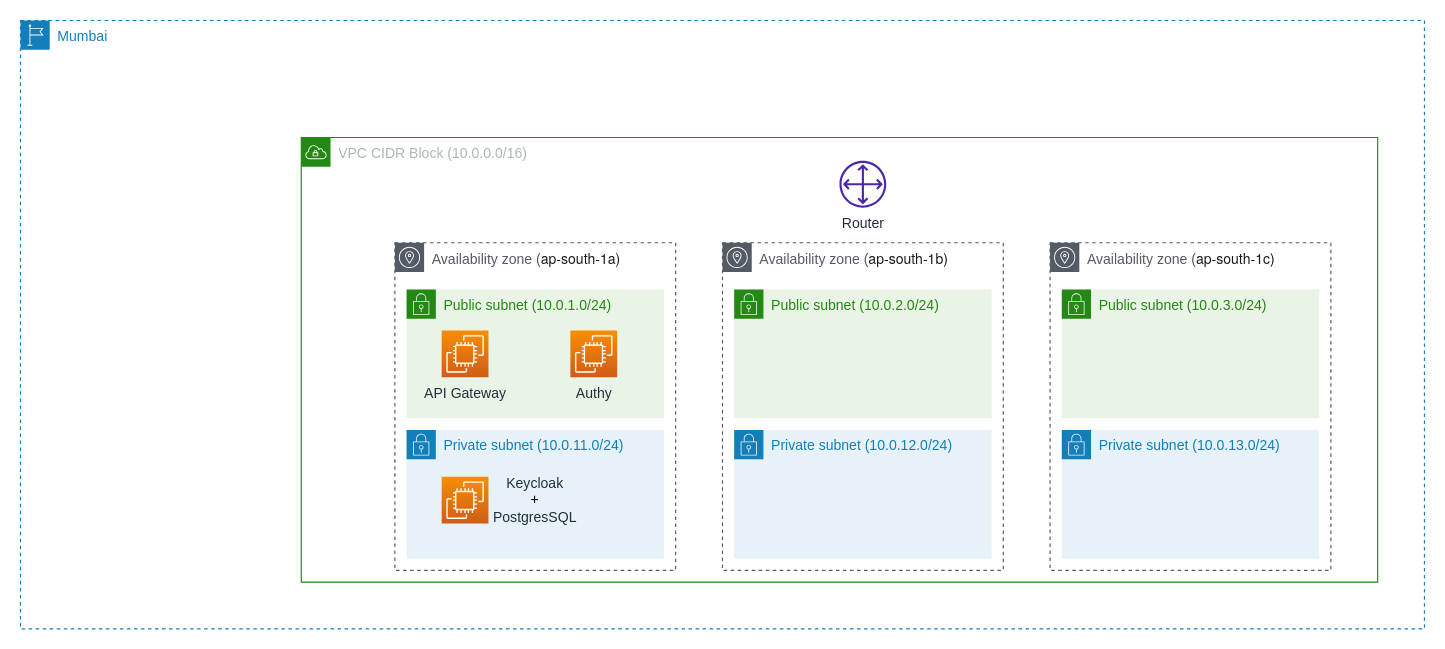
Before: aws-solution-overview.drawio in zesticio/spring-boot-keycloak-parent, a draw.io diagram. Source tidied: cells renumbered, new cells numbered last; positions are measured from the earlier drawing's top-left corner, leaving out a move shared by most shapes. Both pictures are drawn from the tidied source at 117%, with x=0, y=0 at pixel (20, 20).
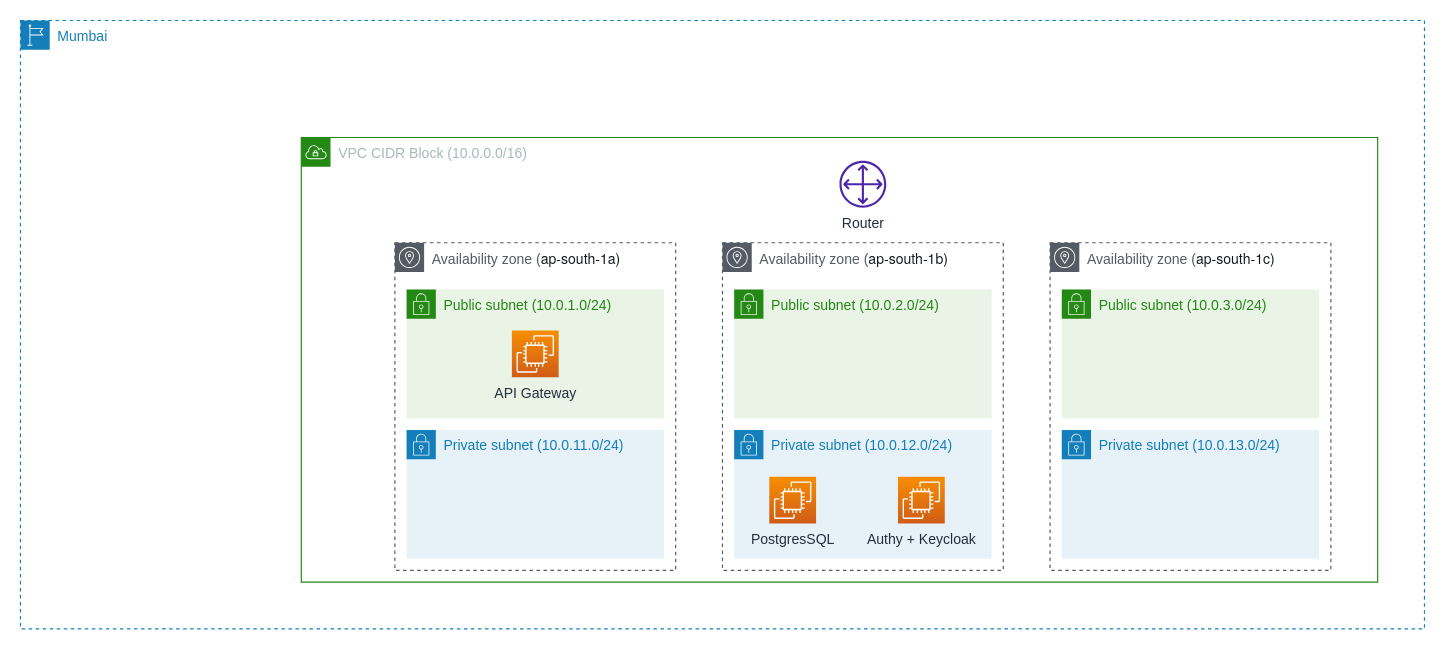
After the change.

Change to the diagram source:
```diff
@@
 <mxGraphModel>
   <root>
     <mxCell id="0" />
     <mxCell id="1" parent="0" />
     <mxCell id="2" value="Mumbai" style="gradientColor=none;html=1;whiteSpace=wrap;fontSize=12;fontStyle=0;shape=mxgraph.aws4.group;grIcon=mxgraph.aws4.group_region;strokeColor=#147EBA;fillColor=none;verticalAlign=top;align=left;spacingLeft=30;fontColor=#147EBA;dashed=1;rounded=1;" parent="1" vertex="1">
       <mxGeometry width="1200" height="520" as="geometry" />
     </mxCell>
     <mxCell id="3" value="VPC CIDR Block (10.0.0.0/16)" style="gradientColor=none;html=1;whiteSpace=wrap;fontSize=12;fontStyle=0;shape=mxgraph.aws4.group;grIcon=mxgraph.aws4.group_vpc;strokeColor=#248814;fillColor=none;verticalAlign=top;align=left;spacingLeft=30;fontColor=#AAB7B8;dashed=0;rounded=1;" parent="2" vertex="1">
       <mxGeometry x="240" y="100" width="920" height="380" as="geometry" />
     </mxCell>
     <mxCell id="4" value="&lt;font style=&quot;font-size: 12px;&quot;&gt;Availability zone (&lt;span style=&quot;color: rgb(22, 25, 31); font-family: &amp;quot;Amazon Ember&amp;quot;, &amp;quot;Helvetica Neue&amp;quot;, Roboto, Arial, sans-serif; background-color: rgb(255, 255, 255);&quot;&gt;ap-south-1a)&lt;/span&gt;&lt;/font&gt;" style="sketch=0;gradientColor=none;html=1;whiteSpace=wrap;fontSize=12;fontStyle=0;shape=mxgraph.aws4.group;grIcon=mxgraph.aws4.group_availability_zone;strokeColor=#545B64;fillColor=none;verticalAlign=top;align=left;spacingLeft=30;fontColor=#545B64;dashed=1;rounded=1;" parent="3" vertex="1">
       <mxGeometry x="80" y="90" width="240" height="280" as="geometry" />
     </mxCell>
     <mxCell id="5" value="Public subnet (10.0.1.0/24)" style="gradientColor=none;html=1;whiteSpace=wrap;fontSize=12;fontStyle=0;shape=mxgraph.aws4.group;grIcon=mxgraph.aws4.group_security_group;grStroke=0;strokeColor=#248814;fillColor=#E9F3E6;verticalAlign=top;align=left;spacingLeft=30;fontColor=#248814;dashed=0;rounded=1;" parent="3" vertex="1">
       <mxGeometry x="90" y="130" width="220" height="110" as="geometry" />
     </mxCell>
     <mxCell id="6" value="API Gateway" style="sketch=0;fontColor=#232F3E;gradientColor=#F78E04;gradientDirection=north;fillColor=#D05C17;strokeColor=#ffffff;dashed=0;verticalLabelPosition=bottom;verticalAlign=top;align=center;html=1;fontSize=12;fontStyle=0;shape=mxgraph.aws4.resourceIcon;resIcon=mxgraph.aws4.ec2;rounded=1;" parent="5" vertex="1">
-      <mxGeometry x="30" y="35" width="40" height="40" as="geometry" />
+      <mxGeometry x="90" y="35" width="40" height="40" as="geometry" />
     </mxCell>
     <mxCell id="7" value="Private subnet (10.0.11.0/24)" style="gradientColor=none;html=1;whiteSpace=wrap;fontSize=12;fontStyle=0;shape=mxgraph.aws4.group;grIcon=mxgraph.aws4.group_security_group;grStroke=0;strokeColor=#147EBA;fillColor=#E6F2F8;verticalAlign=top;align=left;spacingLeft=30;fontColor=#147EBA;dashed=0;rounded=1;" parent="3" vertex="1">
       <mxGeometry x="90" y="250" width="220" height="110" as="geometry" />
     </mxCell>
-    <mxCell id="8" value="&lt;span style=&quot;color: rgb(35, 47, 62);&quot;&gt;Keycloak&lt;br&gt;&lt;/span&gt;+&lt;br style=&quot;color: rgb(35, 47, 62);&quot;&gt;&lt;span style=&quot;color: rgb(35, 47, 62);&quot;&gt;PostgresSQL&lt;/span&gt;" style="text;html=1;strokeColor=none;fillColor=none;align=center;verticalAlign=middle;whiteSpace=wrap;rounded=0;fontSize=12;" parent="7" vertex="1">
-      <mxGeometry x="80" y="45" width="60" height="30" as="geometry" />
-    </mxCell>
     <mxCell id="9" value="&lt;font style=&quot;font-size: 12px;&quot;&gt;Availability zone (&lt;span style=&quot;color: rgb(22, 25, 31); font-family: &amp;quot;Amazon Ember&amp;quot;, &amp;quot;Helvetica Neue&amp;quot;, Roboto, Arial, sans-serif; background-color: rgb(255, 255, 255);&quot;&gt;ap-south-1b)&lt;/span&gt;&lt;/font&gt;" style="sketch=0;gradientColor=none;html=1;whiteSpace=wrap;fontSize=12;fontStyle=0;shape=mxgraph.aws4.group;grIcon=mxgraph.aws4.group_availability_zone;strokeColor=#545B64;fillColor=none;verticalAlign=top;align=left;spacingLeft=30;fontColor=#545B64;dashed=1;rounded=1;" parent="3" vertex="1">
       <mxGeometry x="360" y="90" width="240" height="280" as="geometry" />
     </mxCell>
     <mxCell id="10" value="Public subnet (10.0.2.0/24)" style="gradientColor=none;html=1;whiteSpace=wrap;fontSize=12;fontStyle=0;shape=mxgraph.aws4.group;grIcon=mxgraph.aws4.group_security_group;grStroke=0;strokeColor=#248814;fillColor=#E9F3E6;verticalAlign=top;align=left;spacingLeft=30;fontColor=#248814;dashed=0;rounded=1;" parent="3" vertex="1">
       <mxGeometry x="370" y="130" width="220" height="110" as="geometry" />
     </mxCell>
     <mxCell id="11" value="Private subnet (10.0.12.0/24)" style="gradientColor=none;html=1;whiteSpace=wrap;fontSize=12;fontStyle=0;shape=mxgraph.aws4.group;grIcon=mxgraph.aws4.group_security_group;grStroke=0;strokeColor=#147EBA;fillColor=#E6F2F8;verticalAlign=top;align=left;spacingLeft=30;fontColor=#147EBA;dashed=0;rounded=1;" parent="3" vertex="1">
       <mxGeometry x="370" y="250" width="220" height="110" as="geometry" />
     </mxCell>
+    <mxCell id="18" value="PostgresSQL" style="sketch=0;fontColor=#232F3E;gradientColor=#F78E04;gradientDirection=north;fillColor=#D05C17;strokeColor=#ffffff;dashed=0;verticalLabelPosition=bottom;verticalAlign=top;align=center;html=1;fontSize=12;fontStyle=0;shape=mxgraph.aws4.resourceIcon;resIcon=mxgraph.aws4.ec2;rounded=1;" parent="11" vertex="1">
+      <mxGeometry x="30" y="40" width="40" height="40" as="geometry" />
+    </mxCell>
     <mxCell id="12" value="&lt;font style=&quot;font-size: 12px;&quot;&gt;Availability zone (&lt;span style=&quot;color: rgb(22, 25, 31); font-family: &amp;quot;Amazon Ember&amp;quot;, &amp;quot;Helvetica Neue&amp;quot;, Roboto, Arial, sans-serif; background-color: rgb(255, 255, 255);&quot;&gt;ap-south-1c)&lt;/span&gt;&lt;/font&gt;" style="sketch=0;gradientColor=none;html=1;whiteSpace=wrap;fontSize=12;fontStyle=0;shape=mxgraph.aws4.group;grIcon=mxgraph.aws4.group_availability_zone;strokeColor=#545B64;fillColor=none;verticalAlign=top;align=left;spacingLeft=30;fontColor=#545B64;dashed=1;rounded=1;" parent="3" vertex="1">
       <mxGeometry x="640" y="90" width="240" height="280" as="geometry" />
     </mxCell>
     <mxCell id="13" value="Public subnet (10.0.3.0/24)" style="gradientColor=none;html=1;whiteSpace=wrap;fontSize=12;fontStyle=0;shape=mxgraph.aws4.group;grIcon=mxgraph.aws4.group_security_group;grStroke=0;strokeColor=#248814;fillColor=#E9F3E6;verticalAlign=top;align=left;spacingLeft=30;fontColor=#248814;dashed=0;rounded=1;" parent="3" vertex="1">
       <mxGeometry x="650" y="130" width="220" height="110" as="geometry" />
     </mxCell>
     <mxCell id="14" value="Private subnet (10.0.13.0/24)" style="gradientColor=none;html=1;whiteSpace=wrap;fontSize=12;fontStyle=0;shape=mxgraph.aws4.group;grIcon=mxgraph.aws4.group_security_group;grStroke=0;strokeColor=#147EBA;fillColor=#E6F2F8;verticalAlign=top;align=left;spacingLeft=30;fontColor=#147EBA;dashed=0;rounded=1;" parent="3" vertex="1">
       <mxGeometry x="650" y="250" width="220" height="110" as="geometry" />
     </mxCell>
     <mxCell id="15" value="Router" style="sketch=0;fontColor=#232F3E;gradientColor=none;fillColor=#4D27AA;strokeColor=none;dashed=0;verticalLabelPosition=bottom;verticalAlign=top;align=center;html=1;fontSize=12;fontStyle=0;shape=mxgraph.aws4.customer_gateway;rounded=1;" parent="3" vertex="1">
       <mxGeometry x="460" y="20" width="40" height="40" as="geometry" />
     </mxCell>
-    <mxCell id="16" style="sketch=0;fontColor=#232F3E;gradientColor=#F78E04;gradientDirection=north;fillColor=#D05C17;strokeColor=#ffffff;dashed=0;verticalLabelPosition=bottom;verticalAlign=top;align=center;html=1;fontSize=12;fontStyle=0;shape=mxgraph.aws4.resourceIcon;resIcon=mxgraph.aws4.ec2;rounded=1;" parent="3" vertex="1">
-      <mxGeometry x="120" y="290" width="40" height="40" as="geometry" />
-    </mxCell>
-    <mxCell id="17" value="Authy" style="sketch=0;fontColor=#232F3E;gradientColor=#F78E04;gradientDirection=north;fillColor=#D05C17;strokeColor=#ffffff;dashed=0;verticalLabelPosition=bottom;verticalAlign=top;align=center;html=1;fontSize=12;fontStyle=0;shape=mxgraph.aws4.resourceIcon;resIcon=mxgraph.aws4.ec2;rounded=1;" parent="3" vertex="1">
-      <mxGeometry x="230" y="165" width="40" height="40" as="geometry" />
-    </mxCell>
+    <mxCell id="19" value="Authy + Keycloak" style="sketch=0;fontColor=#232F3E;gradientColor=#F78E04;gradientDirection=north;fillColor=#D05C17;strokeColor=#ffffff;dashed=0;verticalLabelPosition=bottom;verticalAlign=top;align=center;html=1;fontSize=12;fontStyle=0;shape=mxgraph.aws4.resourceIcon;resIcon=mxgraph.aws4.ec2;rounded=1;" parent="3" vertex="1">
+      <mxGeometry x="510" y="290" width="40" height="40" as="geometry" />
+    </mxCell>
   </root>
 </mxGraphModel>
```
